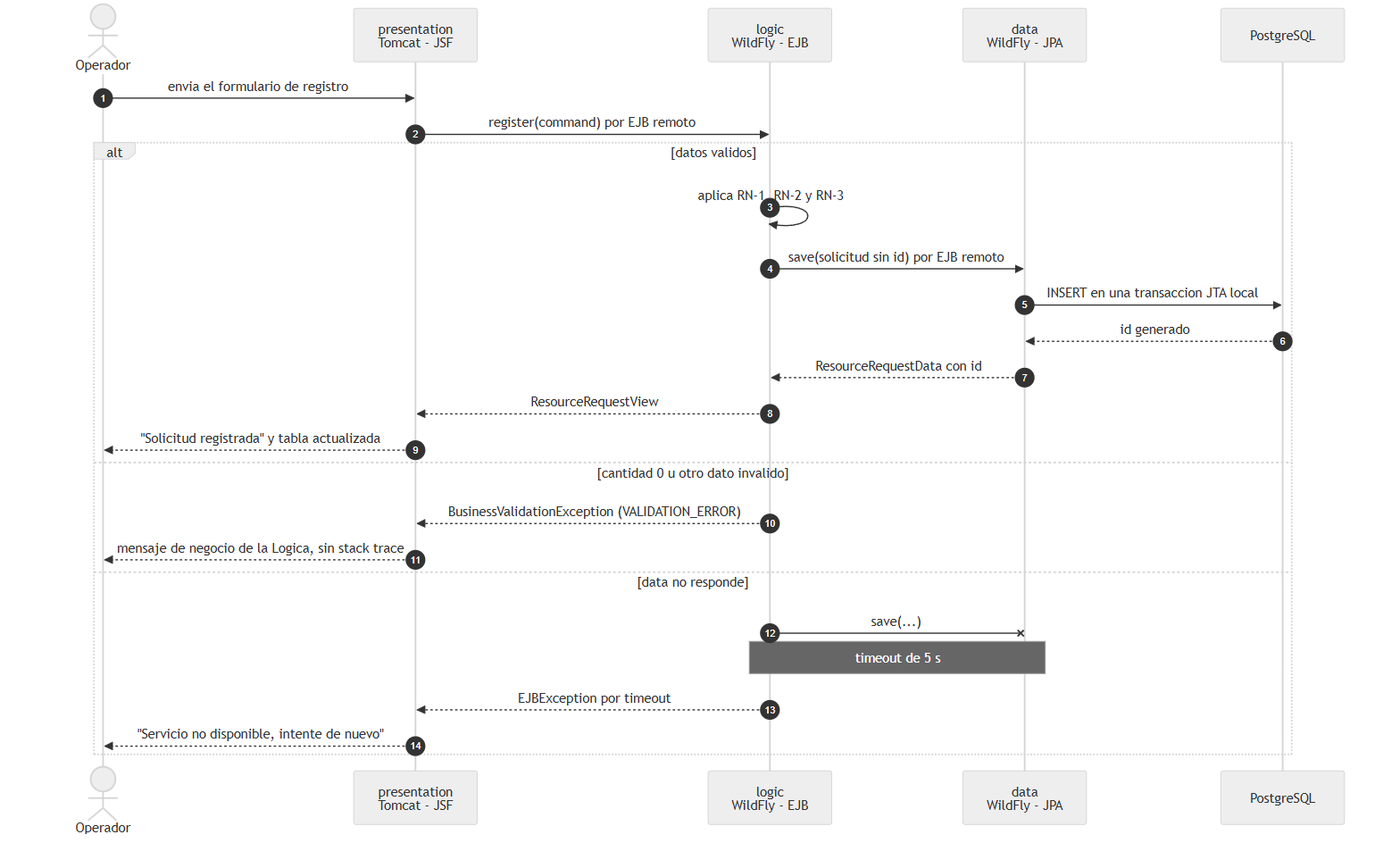
This is docs/diagramas/06-secuencia-registrar-jsf.png from andreMD287/JEE-Presentacion, a Mermaid export, as it was before one commit. Its source is kept beside it as docs/diagramas/06-secuencia-registrar-jsf.mmd. Its diagram source:
```mermaid
sequenceDiagram
    autonumber
    actor U as Operador
    participant P as presentation<br/>Tomcat - JSF
    participant L as logic<br/>WildFly - EJB
    participant D as data<br/>WildFly - JPA
    participant DB as PostgreSQL

    U->>P: envia el formulario de registro
    P->>L: register(command) por EJB remoto
    alt datos validos
        L->>L: aplica RN-1, RN-2 y RN-3
        L->>D: save(solicitud sin id) por EJB remoto
        D->>DB: INSERT en una transaccion JTA local
        DB-->>D: id generado
        D-->>L: ResourceRequestData con id
        L-->>P: ResourceRequestView
        P-->>U: "Solicitud registrada" y tabla actualizada
    else cantidad 0 u otro dato invalido
        L-->>P: BusinessValidationException (VALIDATION_ERROR)
        P-->>U: mensaje de negocio de la Logica, sin stack trace
    else data no responde
        L-xD: save(...)
        Note over L,D: timeout de 5 s
        L-->>P: EJBException por timeout
        P-->>U: "Servicio no disponible, intente de nuevo"
    end
```
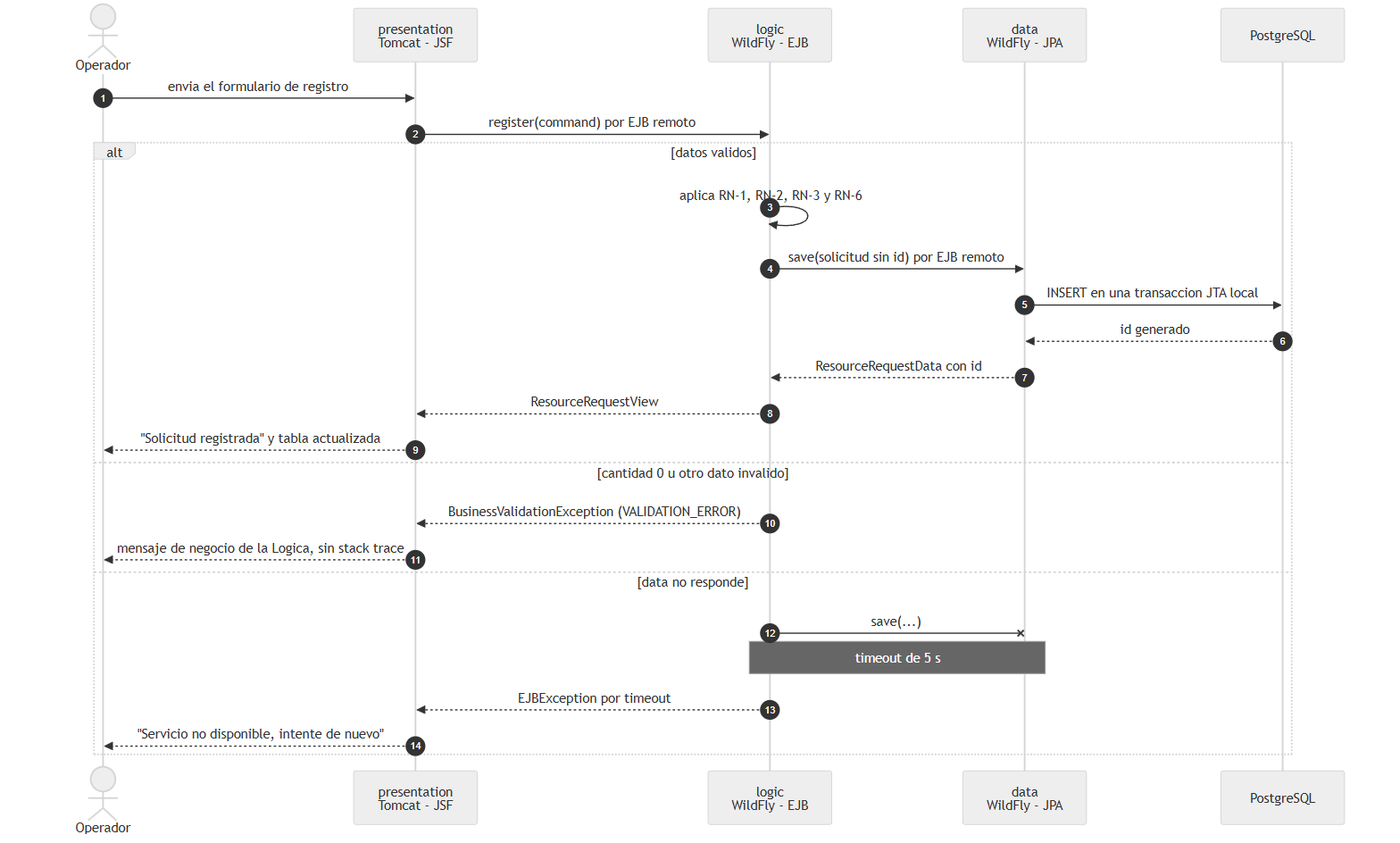
Later version of the same file.

The edit, as a diff of the source:
```diff
@@ -9,7 +9,7 @@
     U->>P: envia el formulario de registro
     P->>L: register(command) por EJB remoto
     alt datos validos
-        L->>L: aplica RN-1, RN-2 y RN-3
+        L->>L: aplica RN-1, RN-2, RN-3 y RN-6
         L->>D: save(solicitud sin id) por EJB remoto
         D->>DB: INSERT en una transaccion JTA local
         DB-->>D: id generado
```
